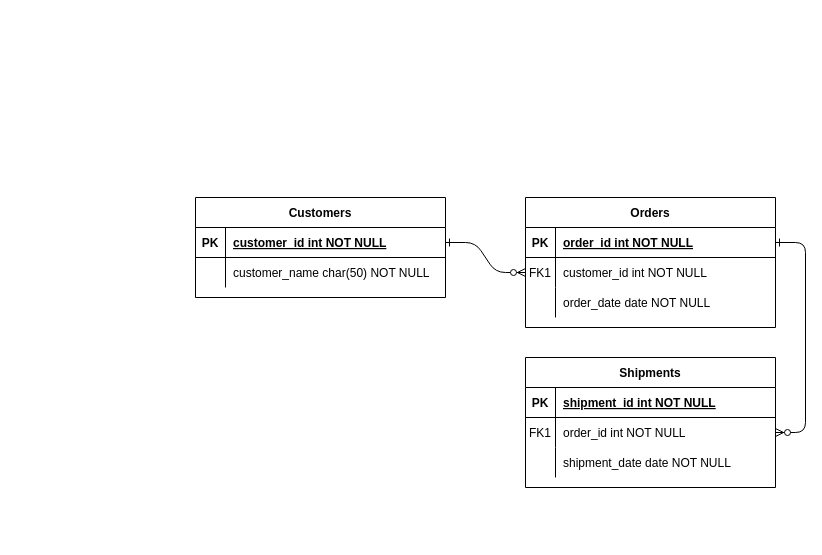
Mauri1435/rent keeps this draw.io diagram as Diagrama sin título.drawio. Above is the earlier version. Source tidied: cells renumbered, new cells numbered last; positions are measured from the earlier drawing's top-left corner, leaving out a move shared by most shapes. Both pictures are drawn from the tidied source at 100%, with x=0, y=0 at pixel (195, 197).
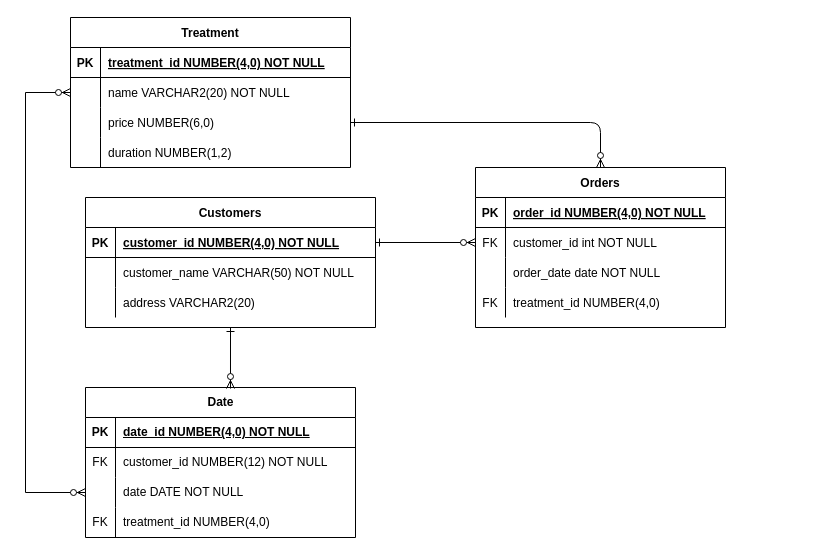
Above is the later version.

Commit message:
Primera versión Diagrama ER

The change refers to these unchanged cells:
```xml
<mxCell id="5" style="shape=partialRectangle;fillColor=none;points=[[0,0.5],[1,0.5]];portConstraint=eastwest;top=0;left=0;right=0;bottom=1;" parent="4" vertex="1">
  <mxGeometry y="30" width="250" height="30" as="geometry" />
</mxCell>
<mxCell id="8" style="shape=partialRectangle;fillColor=none;points=[[0,0.5],[1,0.5]];portConstraint=eastwest;top=0;left=0;right=0;bottom=0;" parent="4" vertex="1">
  <mxGeometry y="60" width="250" height="30" as="geometry" />
</mxCell>
```

Diff of the diagram source:
```diff
@@
-    <mxCell id="2" style="edgeStyle=entityRelationEdgeStyle;endArrow=ERzeroToMany;startArrow=ERone;endFill=1;startFill=0;" parent="1" edge="1" source="25" target="8">
+    <mxCell id="2" style="endArrow=ERzeroToMany;startArrow=ERone;endFill=1;startFill=0;" parent="1" edge="1" source="25" target="8">
       <mxGeometry relative="1" as="geometry" />
     </mxCell>
-    <mxCell id="3" style="edgeStyle=entityRelationEdgeStyle;endArrow=ERzeroToMany;startArrow=ERone;endFill=1;startFill=0;" parent="1" edge="1" source="5" target="18">
-      <mxGeometry relative="1" as="geometry" />
-    </mxCell>
     <mxCell id="4" value="Orders" style="shape=table;startSize=30;childLayout=tableLayout;rowLines=0;fontStyle=1;align=center;" parent="1" vertex="1">
-      <mxGeometry x="330" width="250" height="130" as="geometry" />
+      <mxGeometry x="280" y="-30" width="250" height="160" as="geometry" />
     </mxCell>
@@
-    <mxCell id="7" value="order_id int NOT NULL " style="shape=partialRectangle;overflow=hidden;fillColor=none;top=0;left=0;bottom=0;right=0;align=left;spacingLeft=6;fontStyle=5;" parent="5" vertex="1">
+    <mxCell id="7" value="order_id NUMBER(4,0) NOT NULL " style="shape=partialRectangle;overflow=hidden;fillColor=none;top=0;left=0;bottom=0;right=0;align=left;spacingLeft=6;fontStyle=5;" parent="5" vertex="1">
       <mxGeometry x="30" width="220" height="30" as="geometry" />
     </mxCell>
@@
-    <mxCell id="9" value="FK1" style="shape=partialRectangle;overflow=hidden;fillColor=none;top=0;left=0;bottom=0;right=0;" parent="8" vertex="1">
+    <mxCell id="9" value="FK" style="shape=partialRectangle;overflow=hidden;fillColor=none;top=0;left=0;bottom=0;right=0;" parent="8" vertex="1">
       <mxGeometry width="30" height="30" as="geometry" />
     </mxCell>
@@
-    <mxCell id="14" value="Shipments" style="shape=table;startSize=30;childLayout=tableLayout;rowLines=0;fontStyle=1;align=center;" parent="1" vertex="1">
-      <mxGeometry x="330" y="160" width="250" height="130" as="geometry" />
-    </mxCell>
-    <mxCell id="15" style="shape=partialRectangle;fillColor=none;top=0;left=0;right=0;bottom=1;" parent="14" vertex="1">
-      <mxGeometry y="30" width="250" height="30" as="geometry" />
-    </mxCell>
-    <mxCell id="16" value="PK" style="shape=partialRectangle;overflow=hidden;fillColor=none;top=0;left=0;bottom=0;right=0;fontStyle=1;" parent="15" vertex="1">
-      <mxGeometry width="30" height="30" as="geometry" />
-    </mxCell>
-    <mxCell id="17" value="shipment_id int NOT NULL " style="shape=partialRectangle;overflow=hidden;fillColor=none;top=0;left=0;bottom=0;right=0;align=left;spacingLeft=6;fontStyle=5;" parent="15" vertex="1">
-      <mxGeometry x="30" width="220" height="30" as="geometry" />
-    </mxCell>
-    <mxCell id="18" style="shape=partialRectangle;fillColor=none;points=[[0,0.5],[1,0.5]];portConstraint=eastwest;top=0;left=0;right=0;bottom=0;" parent="14" vertex="1">
-      <mxGeometry y="60" width="250" height="30" as="geometry" />
-    </mxCell>
-    <mxCell id="19" value="FK1" style="shape=partialRectangle;overflow=hidden;fillColor=none;top=0;left=0;bottom=0;right=0;" parent="18" vertex="1">
-      <mxGeometry width="30" height="30" as="geometry" />
-    </mxCell>
-    <mxCell id="20" value="order_id int NOT NULL" style="shape=partialRectangle;overflow=hidden;fillColor=none;top=0;left=0;bottom=0;right=0;align=left;spacingLeft=6;" parent="18" vertex="1">
-      <mxGeometry x="30" width="220" height="30" as="geometry" />
-    </mxCell>
-    <mxCell id="21" style="shape=partialRectangle;fillColor=none;top=0;left=0;right=0;bottom=0;" parent="14" vertex="1">
-      <mxGeometry y="90" width="250" height="30" as="geometry" />
-    </mxCell>
-    <mxCell id="22" style="shape=partialRectangle;overflow=hidden;fillColor=none;top=0;left=0;bottom=0;right=0;" parent="21" vertex="1">
-      <mxGeometry width="30" height="30" as="geometry" />
-    </mxCell>
-    <mxCell id="23" value="shipment_date date NOT NULL" style="shape=partialRectangle;overflow=hidden;fillColor=none;top=0;left=0;bottom=0;right=0;align=left;spacingLeft=6;" parent="21" vertex="1">
-      <mxGeometry x="30" width="220" height="30" as="geometry" />
-    </mxCell>
+    <mxCell id="31" style="shape=partialRectangle;fillColor=none;top=0;left=0;right=0;bottom=0;" parent="4" vertex="1">
+      <mxGeometry y="120" width="250" height="30" as="geometry" />
+    </mxCell>
+    <mxCell id="32" value="FK" style="shape=partialRectangle;overflow=hidden;fillColor=none;top=0;left=0;bottom=0;right=0;" parent="31" vertex="1">
+      <mxGeometry width="30" height="30" as="geometry" />
+    </mxCell>
+    <mxCell id="33" value="treatment_id NUMBER(4,0)" style="shape=partialRectangle;overflow=hidden;fillColor=none;top=0;left=0;bottom=0;right=0;align=left;spacingLeft=6;" parent="31" vertex="1">
+      <mxGeometry x="30" width="220" height="30" as="geometry" />
+    </mxCell>
     <mxCell id="24" value="Customers" style="shape=table;startSize=30;childLayout=tableLayout;rowLines=0;fontStyle=1;align=center;" parent="1" vertex="1">
-      <mxGeometry width="250" height="100" as="geometry" />
+      <mxGeometry x="-110" width="290" height="130" as="geometry" />
     </mxCell>
     <mxCell id="25" style="shape=partialRectangle;fillColor=none;points=[[0,0.5],[1,0.5]];portConstraint=eastwest;top=0;left=0;right=0;bottom=1;" parent="24" vertex="1">
-      <mxGeometry y="30" width="250" height="30" as="geometry" />
+      <mxGeometry y="30" width="290" height="30" as="geometry" />
     </mxCell>
@@
-    <mxCell id="27" value="customer_id int NOT NULL " style="shape=partialRectangle;overflow=hidden;fillColor=none;top=0;left=0;bottom=0;right=0;align=left;spacingLeft=6;fontStyle=5;" parent="25" vertex="1">
-      <mxGeometry x="30" width="220" height="30" as="geometry" />
+    <mxCell id="27" value="customer_id NUMBER(4,0) NOT NULL " style="shape=partialRectangle;overflow=hidden;fillColor=none;top=0;left=0;bottom=0;right=0;align=left;spacingLeft=6;fontStyle=5;" parent="25" vertex="1">
+      <mxGeometry x="30" width="260" height="30" as="geometry" />
     </mxCell>
     <mxCell id="28" style="shape=partialRectangle;fillColor=none;top=0;left=0;right=0;bottom=0;" parent="24" vertex="1">
-      <mxGeometry y="60" width="250" height="30" as="geometry" />
+      <mxGeometry y="60" width="290" height="30" as="geometry" />
     </mxCell>
@@
-    <mxCell id="30" value="customer_name char(50) NOT NULL" style="shape=partialRectangle;overflow=hidden;fillColor=none;top=0;left=0;bottom=0;right=0;align=left;spacingLeft=6;" parent="28" vertex="1">
-      <mxGeometry x="30" width="220" height="30" as="geometry" />
+    <mxCell id="30" value="customer_name VARCHAR(50) NOT NULL" style="shape=partialRectangle;overflow=hidden;fillColor=none;top=0;left=0;bottom=0;right=0;align=left;spacingLeft=6;" parent="28" vertex="1">
+      <mxGeometry x="30" width="260" height="30" as="geometry" />
     </mxCell>
+    <mxCell id="34" style="shape=partialRectangle;fillColor=none;top=0;left=0;right=0;bottom=0;" parent="24" vertex="1">
+      <mxGeometry y="90" width="290" height="30" as="geometry" />
+    </mxCell>
+    <mxCell id="35" style="shape=partialRectangle;overflow=hidden;fillColor=none;top=0;left=0;bottom=0;right=0;" parent="34" vertex="1">
+      <mxGeometry width="30" height="30" as="geometry" />
+    </mxCell>
+    <mxCell id="36" value="address VARCHAR2(20)" style="shape=partialRectangle;overflow=hidden;fillColor=none;top=0;left=0;bottom=0;right=0;align=left;spacingLeft=6;" parent="34" vertex="1">
+      <mxGeometry x="30" width="260" height="30" as="geometry" />
+    </mxCell>
+    <mxCell id="37" value="Treatment " style="shape=table;startSize=30;childLayout=tableLayout;rowLines=0;fontStyle=1;align=center;" parent="1" vertex="1">
+      <mxGeometry x="-125" y="-180" width="280" height="150" as="geometry" />
+    </mxCell>
+    <mxCell id="38" style="shape=partialRectangle;fillColor=none;top=0;left=0;right=0;bottom=1;" parent="37" vertex="1">
+      <mxGeometry y="30" width="280" height="30" as="geometry" />
+    </mxCell>
+    <mxCell id="16" value="PK" style="shape=partialRectangle;overflow=hidden;fillColor=none;top=0;left=0;bottom=0;right=0;fontStyle=1;" parent="38" vertex="1">
+      <mxGeometry width="30" height="30" as="geometry" />
+    </mxCell>
+    <mxCell id="39" value="treatment_id NUMBER(4,0) NOT NULL " style="shape=partialRectangle;overflow=hidden;fillColor=none;top=0;left=0;bottom=0;right=0;align=left;spacingLeft=6;fontStyle=5;" parent="38" vertex="1">
+      <mxGeometry x="30" width="250" height="30" as="geometry" />
+    </mxCell>
+    <mxCell id="40" style="shape=partialRectangle;fillColor=none;points=[[0,0.5],[1,0.5]];portConstraint=eastwest;top=0;left=0;right=0;bottom=0;" parent="37" vertex="1">
+      <mxGeometry y="60" width="280" height="30" as="geometry" />
+    </mxCell>
+    <mxCell id="41" style="shape=partialRectangle;overflow=hidden;fillColor=none;top=0;left=0;bottom=0;right=0;" parent="40" vertex="1">
+      <mxGeometry width="30" height="30" as="geometry" />
+    </mxCell>
+    <mxCell id="42" value="name VARCHAR2(20) NOT NULL" style="shape=partialRectangle;overflow=hidden;fillColor=none;top=0;left=0;bottom=0;right=0;align=left;spacingLeft=6;" parent="40" vertex="1">
+      <mxGeometry x="30" width="250" height="30" as="geometry" />
+    </mxCell>
+    <mxCell id="43" style="shape=partialRectangle;fillColor=none;points=[[0,0.5],[1,0.5]];portConstraint=eastwest;top=0;left=0;right=0;bottom=0;" parent="37" vertex="1">
+      <mxGeometry y="90" width="280" height="30" as="geometry" />
+    </mxCell>
+    <mxCell id="44" style="shape=partialRectangle;overflow=hidden;fillColor=none;top=0;left=0;bottom=0;right=0;" parent="43" vertex="1">
+      <mxGeometry width="30" height="30" as="geometry" />
+    </mxCell>
+    <mxCell id="45" value="price NUMBER(6,0)" style="shape=partialRectangle;overflow=hidden;fillColor=none;top=0;left=0;bottom=0;right=0;align=left;spacingLeft=6;" parent="43" vertex="1">
+      <mxGeometry x="30" width="250" height="30" as="geometry" />
+    </mxCell>
+    <mxCell id="46" style="shape=partialRectangle;fillColor=none;top=0;left=0;right=0;bottom=0;" parent="37" vertex="1">
+      <mxGeometry y="120" width="280" height="30" as="geometry" />
+    </mxCell>
+    <mxCell id="47" style="shape=partialRectangle;overflow=hidden;fillColor=none;top=0;left=0;bottom=0;right=0;" parent="46" vertex="1">
+      <mxGeometry width="30" height="30" as="geometry" />
+    </mxCell>
+    <mxCell id="48" value="duration NUMBER(1,2)" style="shape=partialRectangle;overflow=hidden;fillColor=none;top=0;left=0;bottom=0;right=0;align=left;spacingLeft=6;" parent="46" vertex="1">
+      <mxGeometry x="30" width="250" height="30" as="geometry" />
+    </mxCell>
+    <mxCell id="49" value="Date" style="shape=table;startSize=30;childLayout=tableLayout;rowLines=0;fontStyle=1;align=center;html=1;" parent="1" vertex="1">
+      <mxGeometry x="-110" y="190" width="270" height="150" as="geometry" />
+    </mxCell>
+    <mxCell id="50" style="shape=tableRow;horizontal=0;startSize=0;swimlaneHead=0;swimlaneBody=0;fillColor=none;top=0;left=0;right=0;bottom=1;" parent="49" vertex="1">
+      <mxGeometry y="30" width="270" height="30" as="geometry" />
+    </mxCell>
+    <mxCell id="51" value="PK" style="shape=partialRectangle;fillColor=none;top=0;left=0;bottom=0;right=0;fontStyle=1;overflow=hidden;whiteSpace=wrap;html=1;" parent="50" vertex="1">
+      <mxGeometry width="30" height="30" as="geometry" />
+    </mxCell>
+    <mxCell id="52" value="date_id NUMBER(4,0) NOT NULL" style="shape=partialRectangle;fillColor=none;top=0;left=0;bottom=0;right=0;align=left;spacingLeft=6;fontStyle=5;overflow=hidden;whiteSpace=wrap;html=1;" parent="50" vertex="1">
+      <mxGeometry x="30" width="240" height="30" as="geometry" />
+    </mxCell>
+    <mxCell id="53" style="shape=tableRow;horizontal=0;startSize=0;swimlaneHead=0;swimlaneBody=0;fillColor=none;top=0;left=0;right=0;bottom=0;" parent="49" vertex="1">
+      <mxGeometry y="60" width="270" height="30" as="geometry" />
+    </mxCell>
+    <mxCell id="54" value="FK" style="shape=partialRectangle;fillColor=none;top=0;left=0;bottom=0;right=0;overflow=hidden;whiteSpace=wrap;html=1;" parent="53" vertex="1">
+      <mxGeometry width="30" height="30" as="geometry" />
+    </mxCell>
+    <mxCell id="55" value="customer_id NUMBER(12) NOT NULL" style="shape=partialRectangle;fillColor=none;top=0;left=0;bottom=0;right=0;align=left;spacingLeft=6;overflow=hidden;whiteSpace=wrap;html=1;" parent="53" vertex="1">
+      <mxGeometry x="30" width="240" height="30" as="geometry" />
+    </mxCell>
+    <mxCell id="56" style="shape=tableRow;horizontal=0;startSize=0;swimlaneHead=0;swimlaneBody=0;fillColor=none;points=[[0,0.5],[1,0.5]];portConstraint=eastwest;top=0;left=0;right=0;bottom=0;" parent="49" vertex="1">
+      <mxGeometry y="90" width="270" height="30" as="geometry" />
+    </mxCell>
+    <mxCell id="57" style="shape=partialRectangle;fillColor=none;top=0;left=0;bottom=0;right=0;overflow=hidden;whiteSpace=wrap;html=1;" parent="56" vertex="1">
+      <mxGeometry width="30" height="30" as="geometry" />
+    </mxCell>
+    <mxCell id="58" value="date DATE NOT NULL" style="shape=partialRectangle;fillColor=none;top=0;left=0;bottom=0;right=0;align=left;spacingLeft=6;overflow=hidden;whiteSpace=wrap;html=1;" parent="56" vertex="1">
+      <mxGeometry x="30" width="240" height="30" as="geometry" />
+    </mxCell>
+    <mxCell id="59" style="shape=tableRow;horizontal=0;startSize=0;swimlaneHead=0;swimlaneBody=0;fillColor=none;top=0;left=0;right=0;bottom=0;" parent="49" vertex="1">
+      <mxGeometry y="120" width="270" height="30" as="geometry" />
+    </mxCell>
+    <mxCell id="60" value="FK" style="shape=partialRectangle;fillColor=none;top=0;left=0;bottom=0;right=0;overflow=hidden;whiteSpace=wrap;html=1;" parent="59" vertex="1">
+      <mxGeometry width="30" height="30" as="geometry" />
+    </mxCell>
+    <mxCell id="61" value="treatment_id NUMBER(4,0) " style="shape=partialRectangle;fillColor=none;top=0;left=0;bottom=0;right=0;align=left;spacingLeft=6;overflow=hidden;whiteSpace=wrap;html=1;" parent="59" vertex="1">
+      <mxGeometry x="30" width="240" height="30" as="geometry" />
+    </mxCell>
+    <mxCell id="62" style="endArrow=ERzeroToMany;startArrow=ERone;endFill=1;startFill=0;entryX=0.5;entryY=0;entryDx=0;entryDy=0;exitX=1;exitY=0.5;exitDx=0;exitDy=0;edgeStyle=orthogonalEdgeStyle;" parent="1" edge="1" source="43" target="4">
+      <mxGeometry relative="1" as="geometry" />
+    </mxCell>
+    <mxCell id="63" style="endArrow=ERzeroToMany;startArrow=ERone;endFill=1;startFill=0;entryX=0.537;entryY=0.007;entryDx=0;entryDy=0;entryPerimeter=0;exitX=0.5;exitY=1;exitDx=0;exitDy=0;" parent="1" edge="1" source="24" target="49">
+      <mxGeometry relative="1" as="geometry" />
+    </mxCell>
+    <mxCell id="64" style="edgeStyle=orthogonalEdgeStyle;fontSize=12;html=1;endArrow=ERzeroToMany;endFill=1;startArrow=ERzeroToMany;rounded=0;entryX=0;entryY=0.5;entryDx=0;entryDy=0;" parent="1" edge="1" source="56" target="40">
+      <mxGeometry relative="1" as="geometry">
+        <Array as="points">
+          <mxPoint x="-170" y="295" />
+          <mxPoint x="-170" y="-105" />
+        </Array>
+      </mxGeometry>
+    </mxCell>
```
